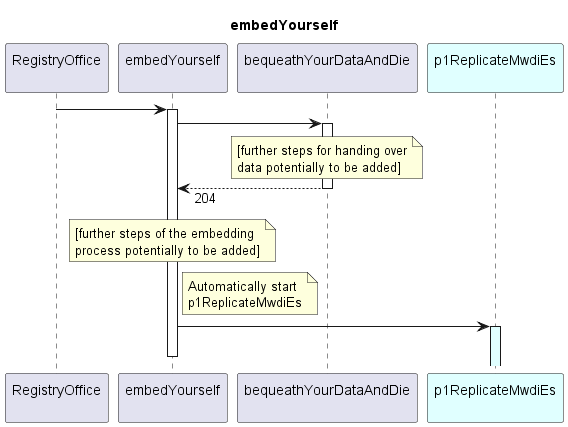
Before: spec/Services/EmbedYourself/embedYourself.png, a diagram exported from PlantUML (openBackhaul/DevicePerformanceManagementDataProcessor).
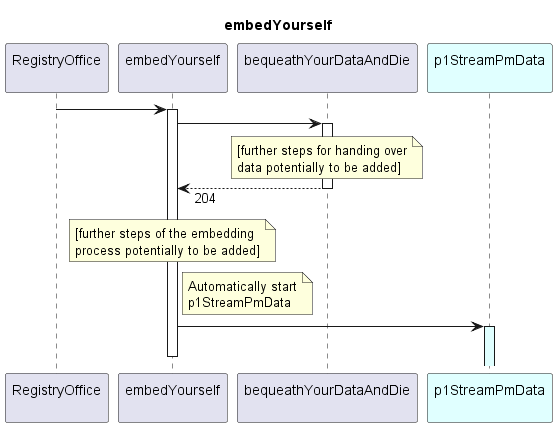
After the commit.

Diff of the diagram source:
```diff
@@ -9,7 +9,7 @@
 participant "embedYourself\n" as embed
 participant "bequeathYourDataAndDie\n" as bequeath
 
-participant "p1ReplicateMwdiEs\n" as p1RMWDI #LightCyan
+participant "p1StreamPmData\n" as p1RMWDI #LightCyan
 
 
 RO -> embed
@@ -31,7 +31,7 @@
 
   note right embed
     Automatically start
-    p1ReplicateMwdiEs
+    p1StreamPmData
   end note
   embed -> p1RMWDI
   activate p1RMWDI #LightCyan
```
